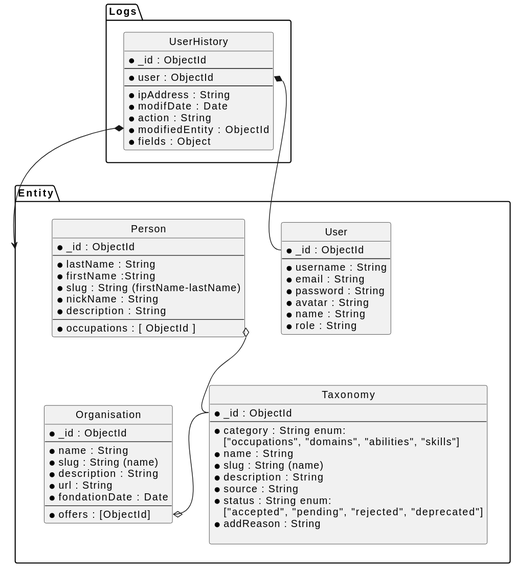
Earlier version of the PlantUML export doc/bd-structure.svg (Avantage-Numerique/bdsol-api).
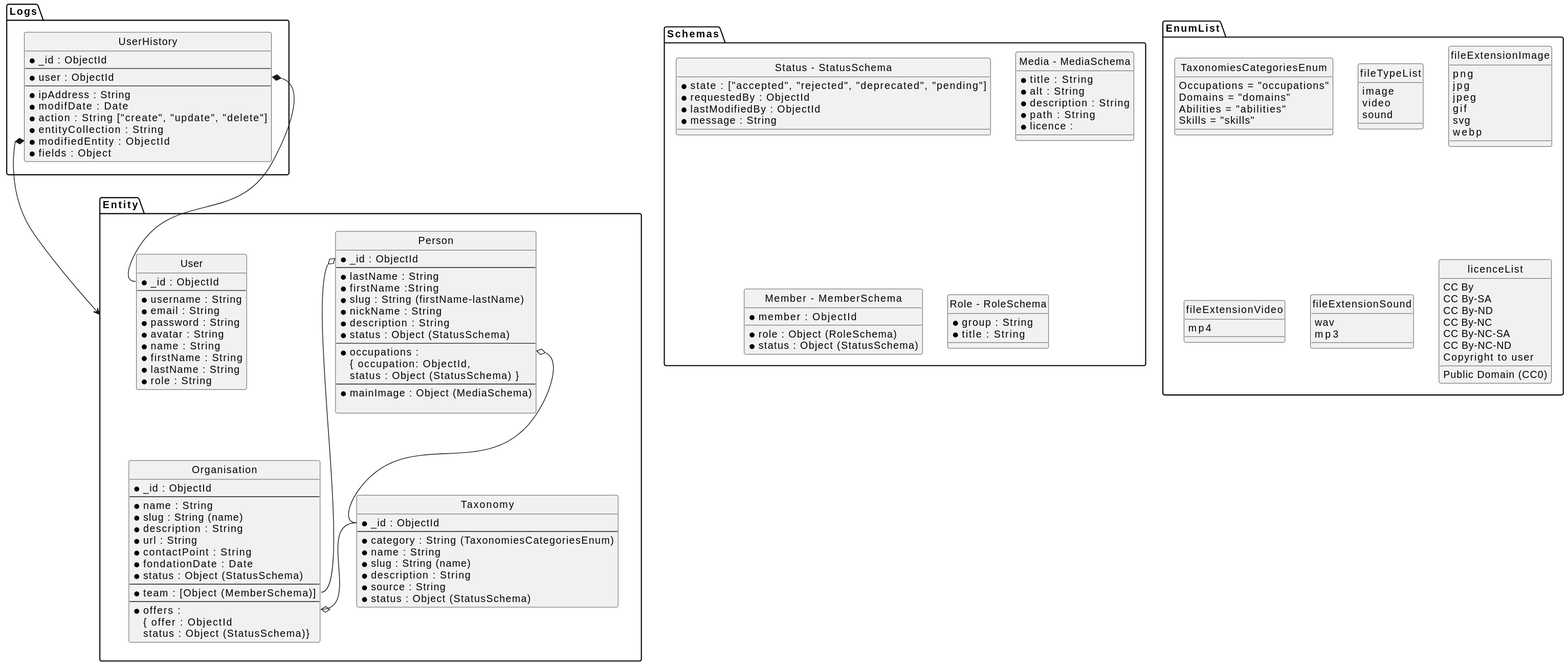
The same file after the commit.

Commit message:
Render des fichiers PlantUML dans la documentation, via l'action `generate plantuml`

What changed in the source:
```diff
@@ -11,23 +11,25 @@
     *slug : String (firstName-lastName)
     *nickName : String
     *description : String
+    *status : Object (StatusSchema)
     --
-    *occupations : [ ObjectId ]
+    *occupations :
+        { occupation: ObjectId,
+        status : Object (StatusSchema) }
+    --
+    *mainImage : Object (MediaSchema)
+
   }
 
   entity "Taxonomy" as taxo {
     *_id : ObjectId
     --
-    *category : String enum:
-    ["occupations", "domains", "abilities", "skills"]
+    *category : String (TaxonomiesCategoriesEnum)
     *name : String
     *slug : String (name)
     *description : String
     *source : String
-    *status : String enum:
-      ["accepted", "pending", "rejected", "deprecated"]
-    *addReason : String
-
+    *status : Object (StatusSchema)
   }
 
   entity "Organisation" as org {
@@ -37,9 +39,15 @@
     *slug : String (name)
     *description : String
     *url : String
+    *contactPoint : String
     *fondationDate : Date
+    *status : Object (StatusSchema)
     --
-    *offers : [ObjectId]
+    *team : [Object (MemberSchema)]
+    --
+    *offers :
+        { offer : ObjectId
+        status : Object (StatusSchema)}
   }
 
 
@@ -51,6 +59,8 @@
     *password : String
     *avatar : String
     *name : String
+    *firstName : String
+    *lastName : String
     *role : String
   }
 }
@@ -62,9 +72,83 @@
     --
     *ipAddress : String
     *modifDate : Date
-    *action : String
+    *action : String ["create", "update", "delete"]
+    *entityCollection : String
     *modifiedEntity : ObjectId
     *fields : Object
+  }
+}
+
+package Schemas {
+  entity "Status - StatusSchema" {
+    *state : ["accepted", "rejected", "deprecated", "pending"]
+    *requestedBy : ObjectId
+    *lastModifiedBy : ObjectId
+    *message : String
+  }
+
+  entity "Media - MediaSchema" {
+    *title : String
+    *alt : String
+    *description : String
+    *path : String
+    *licence :
+  }
+
+  entity "Member - MemberSchema" {
+    *member : ObjectId
+    *role : Object (RoleSchema)
+    *status : Object (StatusSchema)
+  }
+
+  entity "Role - RoleSchema" {
+    *group : String
+    *title : String
+  }
+}
+
+package EnumList {
+
+  entity "TaxonomiesCategoriesEnum" {
+    Occupations = "occupations"
+    Domains = "domains"
+    Abilities = "abilities"
+    Skills = "skills"
+  }
+
+  entity "fileTypeList" {
+      image
+      video
+      sound
+  }
+
+  entity "fileExtensionImage" {
+      png
+      jpg
+      jpeg
+      gif
+      svg
+      webp
+  }
+
+  entity "fileExtensionVideo" {
+      mp4
+  }
+
+  entity "fileExtensionSound" {
+      wav
+      mp3
+  }
+
+  entity "licenceList" {
+    Public Domain (CC0)
+    CC By
+    CC By-SA
+    CC By-ND
+    CC By-NC
+    CC By-NC-SA
+    CC By-NC-ND
+    Copyright to user
   }
 }
 
@@ -72,7 +156,6 @@
 org::offers o-r- taxo::_id
 usrhst::user *-- usr::_id
 usrhst::modifiedEntity *-l-> Entity
+pers::_id o-- org::team
 
-pers -[hidden]d- org
-pers -[hidden]r- usr
 @enduml
```
